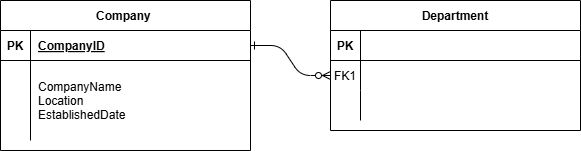
Above: diagram01.drawio.png in sadewni08/hii (draw.io), before the change. Source tidied: cells renumbered, new cells last; positions are measured from the earlier drawing's top-left corner, leaving out a move shared by most shapes.
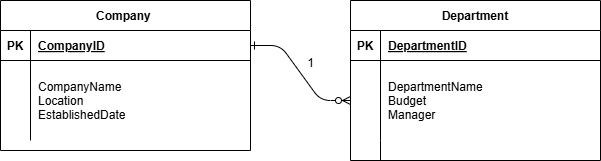
The same diagram one commit later.

Diff of the diagram source:
```diff
@@ -6,7 +6,7 @@
       <mxGeometry relative="1" as="geometry" />
     </mxCell>
     <mxCell id="3" value="Department" style="shape=table;startSize=30;rowLines=0;fontStyle=1;align=center;" parent="1" vertex="1">
-      <mxGeometry x="330" width="250" height="130" as="geometry" />
+      <mxGeometry x="350" width="250" height="160" as="geometry" />
     </mxCell>
     <mxCell id="4" style="shape=partialRectangle;fillColor=none;top=0;left=0;right=0;bottom=1;" parent="3" vertex="1">
       <mxGeometry y="30" width="250" height="30" as="geometry" />
@@ -14,26 +14,26 @@
     <mxCell id="5" value="PK" style="shape=partialRectangle;overflow=hidden;fillColor=none;top=0;left=0;bottom=0;right=0;fontStyle=1;" parent="4" vertex="1">
       <mxGeometry width="30" height="30" as="geometry" />
     </mxCell>
-    <mxCell id="6" style="shape=partialRectangle;overflow=hidden;fillColor=none;top=0;left=0;bottom=0;right=0;align=left;spacingLeft=6;fontStyle=5;" parent="4" vertex="1">
+    <mxCell id="6" value="DepartmentID" style="shape=partialRectangle;overflow=hidden;fillColor=none;top=0;left=0;bottom=0;right=0;align=left;spacingLeft=6;fontStyle=5;" parent="4" vertex="1">
       <mxGeometry x="30" width="220" height="30" as="geometry" />
     </mxCell>
     <mxCell id="7" style="shape=partialRectangle;fillColor=none;points=[[0,0.5],[1,0.5]];portConstraint=eastwest;top=0;left=0;right=0;bottom=0;" parent="3" vertex="1">
-      <mxGeometry y="60" width="250" height="30" as="geometry" />
+      <mxGeometry y="60" width="250" height="80" as="geometry" />
     </mxCell>
-    <mxCell id="8" value="FK1" style="shape=partialRectangle;overflow=hidden;fillColor=none;top=0;left=0;bottom=0;right=0;" parent="7" vertex="1">
-      <mxGeometry width="30" height="30" as="geometry" />
+    <mxCell id="8" style="shape=partialRectangle;overflow=hidden;fillColor=none;top=0;left=0;bottom=0;right=0;" parent="7" vertex="1">
+      <mxGeometry width="30" height="80" as="geometry" />
     </mxCell>
-    <mxCell id="9" style="shape=partialRectangle;overflow=hidden;fillColor=none;top=0;left=0;bottom=0;right=0;align=left;spacingLeft=6;" parent="7" vertex="1">
-      <mxGeometry x="30" width="220" height="30" as="geometry" />
+    <mxCell id="9" value="DepartmentName&#10;Budget&#10;Manager" style="shape=partialRectangle;overflow=hidden;fillColor=none;top=0;left=0;bottom=0;right=0;align=left;spacingLeft=6;" parent="7" vertex="1">
+      <mxGeometry x="30" width="220" height="80" as="geometry" />
     </mxCell>
     <mxCell id="10" style="shape=partialRectangle;fillColor=none;top=0;left=0;right=0;bottom=0;" parent="3" vertex="1">
-      <mxGeometry y="90" width="250" height="30" as="geometry" />
+      <mxGeometry y="140" width="250" height="20" as="geometry" />
     </mxCell>
     <mxCell id="11" style="shape=partialRectangle;overflow=hidden;fillColor=none;top=0;left=0;bottom=0;right=0;" parent="10" vertex="1">
-      <mxGeometry width="30" height="30" as="geometry" />
+      <mxGeometry width="30" height="20" as="geometry" />
     </mxCell>
     <mxCell id="12" style="shape=partialRectangle;overflow=hidden;fillColor=none;top=0;left=0;bottom=0;right=0;align=left;spacingLeft=6;" parent="10" vertex="1">
-      <mxGeometry x="30" width="220" height="30" as="geometry" />
+      <mxGeometry x="30" width="220" height="20" as="geometry" />
     </mxCell>
     <mxCell id="13" value="Company " style="shape=table;startSize=30;rowLines=0;fontStyle=1;align=center;" parent="1" vertex="1">
       <mxGeometry width="250" height="150" as="geometry" />
@@ -56,5 +56,8 @@
     <mxCell id="19" value="CompanyName&#10;Location&#10;EstablishedDate" style="shape=partialRectangle;overflow=hidden;fillColor=none;top=0;left=0;bottom=0;right=0;align=left;spacingLeft=6;" parent="17" vertex="1">
       <mxGeometry x="30" width="220" height="80" as="geometry" />
     </mxCell>
+    <mxCell id="20" value="1" style="text;html=1;align=center;verticalAlign=middle;strokeColor=none;fillColor=none;" parent="1" vertex="1">
+      <mxGeometry x="295" y="48" width="30" height="30" as="geometry" />
+    </mxCell>
   </root>
 </mxGraphModel>
```
